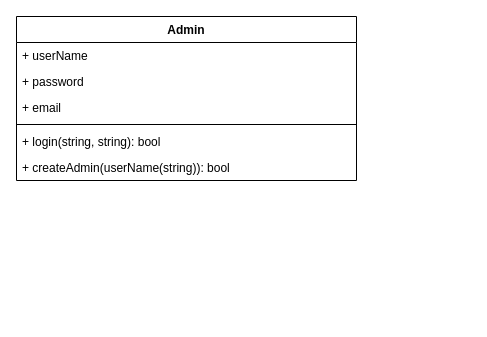
This is classes diagrams/Untitled Diagram.drawio from Zhiar43/falcon, a draw.io file, before an edit. Source tidied: cells renumbered, new cells numbered last; positions are measured from the earlier drawing's top-left corner, leaving out a move shared by most shapes. Both pictures are drawn from the tidied source at 100%, with x=0, y=0 at pixel (16, 16).
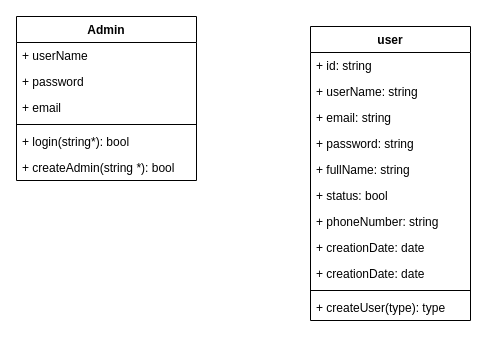
The same diagram, later.

Change to the diagram source:
```diff
@@
     <mxCell id="2" value="Admin" style="swimlane;fontStyle=1;align=center;verticalAlign=top;horizontal=1;startSize=26;" parent="1" vertex="1">
-      <mxGeometry width="340" height="164" as="geometry" />
+      <mxGeometry width="180" height="164" as="geometry" />
     </mxCell>
     <mxCell id="3" value="+ userName&#10;" style="text;strokeColor=none;fillColor=none;align=left;verticalAlign=top;spacingLeft=4;spacingRight=4;overflow=hidden;" parent="2" vertex="1">
-      <mxGeometry y="26" width="340" height="26" as="geometry" />
+      <mxGeometry y="26" width="180" height="26" as="geometry" />
     </mxCell>
     <mxCell id="4" value="+ password" style="text;strokeColor=none;fillColor=none;align=left;verticalAlign=top;spacingLeft=4;spacingRight=4;overflow=hidden;" parent="2" vertex="1">
-      <mxGeometry y="52" width="340" height="26" as="geometry" />
+      <mxGeometry y="52" width="180" height="26" as="geometry" />
     </mxCell>
     <mxCell id="5" value="+ email" style="text;strokeColor=none;fillColor=none;align=left;verticalAlign=top;spacingLeft=4;spacingRight=4;overflow=hidden;" parent="2" vertex="1">
-      <mxGeometry y="78" width="340" height="26" as="geometry" />
+      <mxGeometry y="78" width="180" height="26" as="geometry" />
     </mxCell>
     <mxCell id="6" style="line;strokeWidth=1;fillColor=none;align=left;verticalAlign=middle;spacingTop=-1;spacingLeft=3;spacingRight=3;labelPosition=right;" parent="2" vertex="1">
-      <mxGeometry y="104" width="340" height="8" as="geometry" />
+      <mxGeometry y="104" width="180" height="8" as="geometry" />
     </mxCell>
-    <mxCell id="7" value="+ login(string, string): bool&#10;" style="text;strokeColor=none;fillColor=none;align=left;verticalAlign=top;spacingLeft=4;spacingRight=4;overflow=hidden;" parent="2" vertex="1">
-      <mxGeometry y="112" width="340" height="26" as="geometry" />
+    <mxCell id="7" value="+ login(string*): bool&#10;" style="text;strokeColor=none;fillColor=none;align=left;verticalAlign=top;spacingLeft=4;spacingRight=4;overflow=hidden;" parent="2" vertex="1">
+      <mxGeometry y="112" width="180" height="26" as="geometry" />
     </mxCell>
-    <mxCell id="8" value="+ createAdmin(userName(string)): bool&#10;" style="text;strokeColor=none;fillColor=none;align=left;verticalAlign=top;spacingLeft=4;spacingRight=4;overflow=hidden;" parent="2" vertex="1">
-      <mxGeometry y="138" width="340" height="26" as="geometry" />
+    <mxCell id="8" value="+ createAdmin(string *): bool&#10;" style="text;strokeColor=none;fillColor=none;align=left;verticalAlign=top;spacingLeft=4;spacingRight=4;overflow=hidden;" parent="2" vertex="1">
+      <mxGeometry y="138" width="180" height="26" as="geometry" />
     </mxCell>
+    <mxCell id="9" value="user" style="swimlane;fontStyle=1;align=center;verticalAlign=top;horizontal=1;startSize=26;" parent="1" vertex="1">
+      <mxGeometry x="294" y="10" width="160" height="294" as="geometry" />
+    </mxCell>
+    <mxCell id="10" value="+ id: string" style="text;strokeColor=none;fillColor=none;align=left;verticalAlign=top;spacingLeft=4;spacingRight=4;overflow=hidden;" parent="9" vertex="1">
+      <mxGeometry y="26" width="160" height="26" as="geometry" />
+    </mxCell>
+    <mxCell id="11" value="+ userName: string" style="text;strokeColor=none;fillColor=none;align=left;verticalAlign=top;spacingLeft=4;spacingRight=4;overflow=hidden;" parent="9" vertex="1">
+      <mxGeometry y="52" width="160" height="26" as="geometry" />
+    </mxCell>
+    <mxCell id="12" value="+ email: string" style="text;strokeColor=none;fillColor=none;align=left;verticalAlign=top;spacingLeft=4;spacingRight=4;overflow=hidden;" parent="9" vertex="1">
+      <mxGeometry y="78" width="160" height="26" as="geometry" />
+    </mxCell>
+    <mxCell id="13" value="+ password: string" style="text;strokeColor=none;fillColor=none;align=left;verticalAlign=top;spacingLeft=4;spacingRight=4;overflow=hidden;" parent="9" vertex="1">
+      <mxGeometry y="104" width="160" height="26" as="geometry" />
+    </mxCell>
+    <mxCell id="14" value="+ fullName: string" style="text;strokeColor=none;fillColor=none;align=left;verticalAlign=top;spacingLeft=4;spacingRight=4;overflow=hidden;" parent="9" vertex="1">
+      <mxGeometry y="130" width="160" height="26" as="geometry" />
+    </mxCell>
+    <mxCell id="15" value="+ status: bool" style="text;strokeColor=none;fillColor=none;align=left;verticalAlign=top;spacingLeft=4;spacingRight=4;overflow=hidden;" parent="9" vertex="1">
+      <mxGeometry y="156" width="160" height="26" as="geometry" />
+    </mxCell>
+    <mxCell id="16" value="+ phoneNumber: string" style="text;strokeColor=none;fillColor=none;align=left;verticalAlign=top;spacingLeft=4;spacingRight=4;overflow=hidden;" parent="9" vertex="1">
+      <mxGeometry y="182" width="160" height="26" as="geometry" />
+    </mxCell>
+    <mxCell id="17" value="+ creationDate: date" style="text;strokeColor=none;fillColor=none;align=left;verticalAlign=top;spacingLeft=4;spacingRight=4;overflow=hidden;" parent="9" vertex="1">
+      <mxGeometry y="208" width="160" height="26" as="geometry" />
+    </mxCell>
+    <mxCell id="18" value="+ creationDate: date" style="text;strokeColor=none;fillColor=none;align=left;verticalAlign=top;spacingLeft=4;spacingRight=4;overflow=hidden;" parent="9" vertex="1">
+      <mxGeometry y="234" width="160" height="26" as="geometry" />
+    </mxCell>
+    <mxCell id="19" style="line;strokeWidth=1;fillColor=none;align=left;verticalAlign=middle;spacingTop=-1;spacingLeft=3;spacingRight=3;labelPosition=right;" parent="9" vertex="1">
+      <mxGeometry y="260" width="160" height="8" as="geometry" />
+    </mxCell>
+    <mxCell id="20" value="+ createUser(type): type" style="text;strokeColor=none;fillColor=none;align=left;verticalAlign=top;spacingLeft=4;spacingRight=4;overflow=hidden;" parent="9" vertex="1">
+      <mxGeometry y="268" width="160" height="26" as="geometry" />
+    </mxCell>
```
